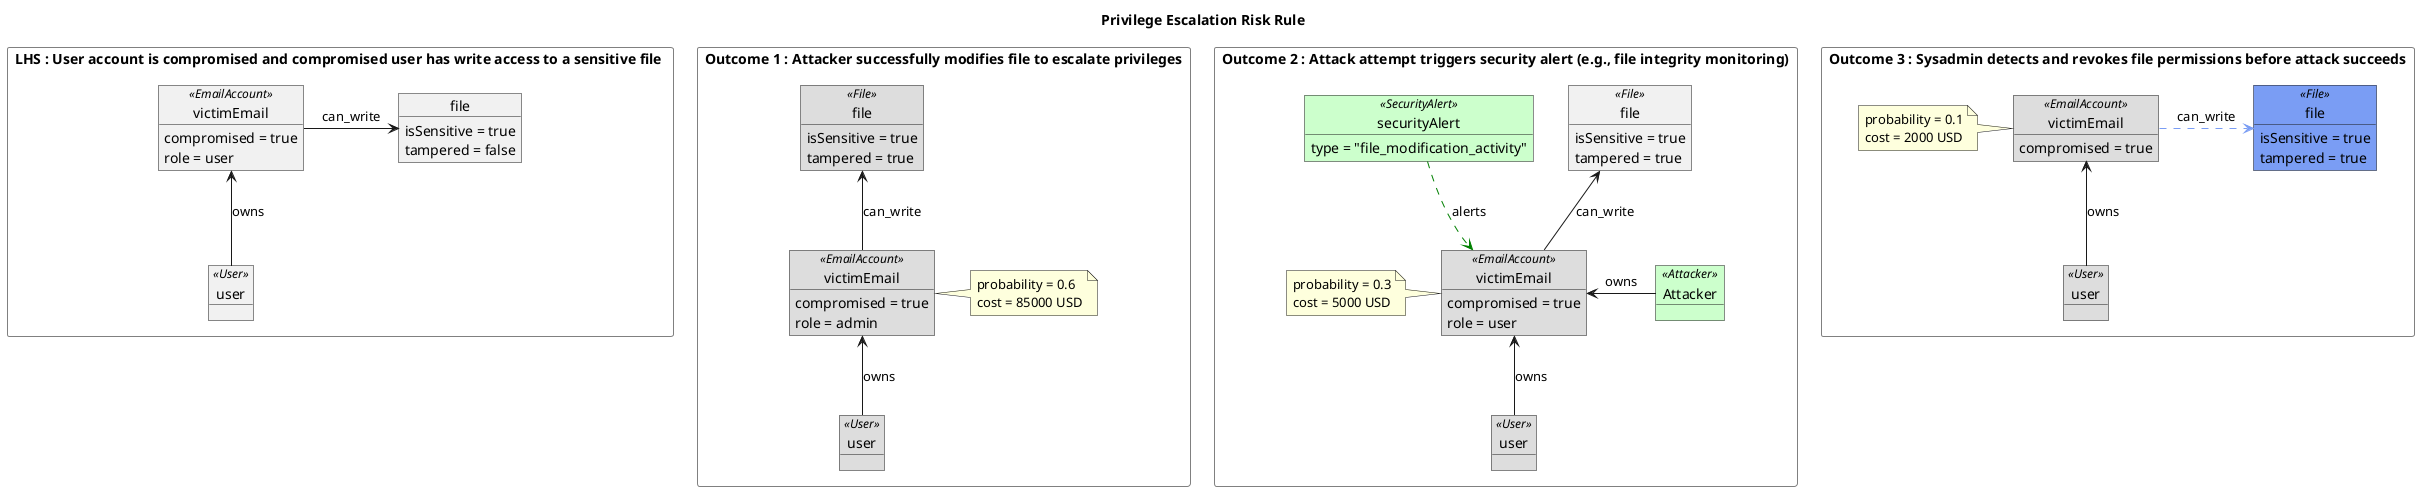
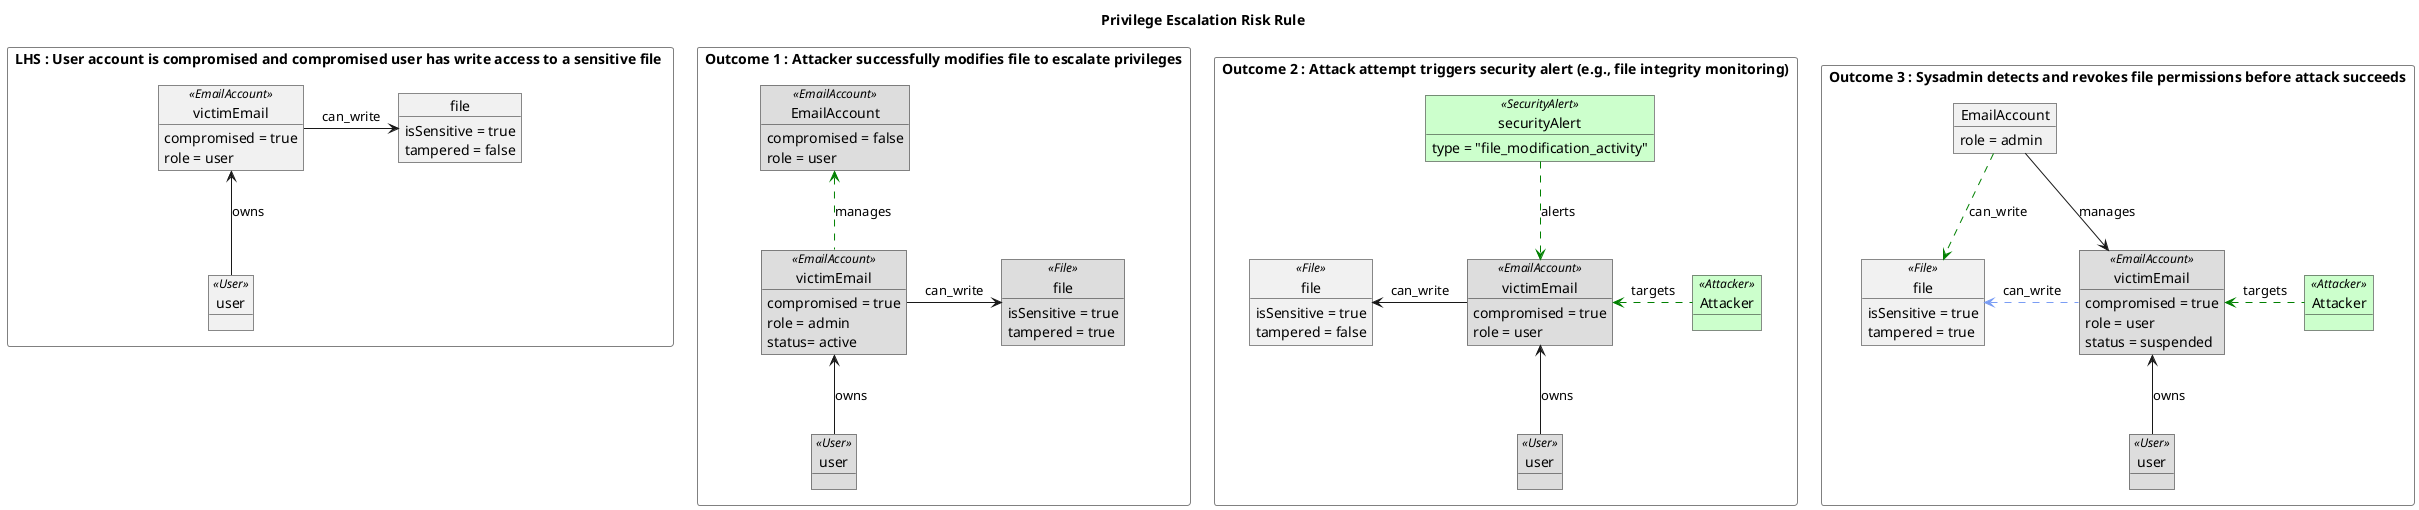
@startuml previlageEscalation
title "Privilege Escalation Risk Rule"


rectangle "LHS : User account is compromised and compromised user has write access to a sensitive file " as LHS_BOX #line:gray {

  object "user" as user_lhs <<User>>
  object "victimEmail" as victimEmail_lhs  <<EmailAccount>> {

    compromised = true
    role = user
  }

  object "file" as file_lhs {
    isSensitive = true
    tampered = false
  }
  user_lhs -up-> victimEmail_lhs : owns
  victimEmail_lhs -right-> file_lhs : can_write

}

rectangle "Outcome 1 : Attacker successfully modifies file to escalate privileges" as OUTCOME_BOX_1 #line:gray {

  object "user" as user1 <<User>> #dddddd
  object "victimEmail" as victimEmail1 <<EmailAccount>> #dddddd {
    compromised = true
    role = admin
+     status= active
  }

+    object "EmailAccount" as userEmail1 <<EmailAccount>> #dddddd {
+     compromised = false
+     role = user
+   }
  object "file" as file1 <<File>> #dddddd {
    isSensitive = true
    tampered = true
  }
+   victimEmail1 .[#Green]up.> userEmail1 : manages
  user1 -up-> victimEmail1 : owns
-   victimEmail1 -up-> file1 : can_write
-   note right of victimEmail1
-     probability = 0.6
-     cost = 85000 USD
-   end note
+   victimEmail1 -right-> file1 : can_write

}

rectangle "Outcome 2 : Attack attempt triggers security alert (e.g., file integrity monitoring)" as OUTCOME_BOX_2 #line:gray {

  object "user" as user2 <<User>> #dddddd
  object "victimEmail" as victimEmail2 <<EmailAccount>> #dddddd {
    compromised = true
    role = user
  }
   object "file" as file2  <<File>> {
    isSensitive = true
-     tampered = true
+     tampered = false
  }
  object "Attacker" as attcker2 <<Attacker>> #ccffcc {
  }
  object "securityAlert" as securityAlert2 <<SecurityAlert>> #ccffcc {
    type = "file_modification_activity"
  }

  user2 -up-> victimEmail2 : owns
-   attcker2 -left-> victimEmail2 : owns
+   attcker2 .[#Green]left.> victimEmail2 : targets

  securityAlert2 .[#Green].> victimEmail2 : alerts
-   victimEmail2 -up-> file2 : can_write
-   note left of victimEmail2
-     probability = 0.3
-     cost = 5000 USD
-   end note
+   victimEmail2 -left-> file2 : can_write
+ 

}

rectangle "Outcome 3 : Sysadmin detects and revokes file permissions before attack succeeds" as OUTCOME_BOX_3 #line:gray {

  object "user" as user3 <<User>> #dddddd
  object "victimEmail" as victimEmail3 <<EmailAccount>> #dddddd {
    compromised = true
+     role = user
+     status = suspended
  }
-   object "file" as file3 <<File>> #7a9df4{
+   object "file" as file3 <<File>> {
    isSensitive = true
    tampered = true
  }
+    object "Attacker" as attcker3 <<Attacker>> #ccffcc {
+   }
+   object "EmailAccount" as sysadmin {
+     role = admin
+   }

+   attcker3 .[#Green]left.> victimEmail3 : targets
  user3 -up-> victimEmail3 : owns
-   victimEmail3 -.[#7a9df4]right.-> file3 : can_write
-   note left of victimEmail3
-     probability = 0.1
-     cost = 2000 USD
-   end note
+   victimEmail3 -.[#7a9df4]left.-> file3 : can_write
+   sysadmin --> victimEmail3 : manages
+   sysadmin .[#Green].> file3 : can_write

}

@enduml